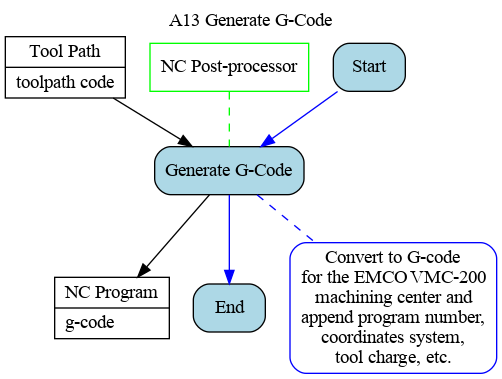
The Graphviz diagram Ontology_Layer/Behaviour_Model/03_A13.gv.png in ModelsforManufacturing/hole-flanging-by-SPIF-in-a-single-stage, before a commit. Its source is kept beside it as Ontology_Layer/Behaviour_Model/03_A13.gv. The source it was exported from:
```dot
digraph behaviourmodel {

labelloc="t"
label="A13 Generate G-Code"

node [shape=record, style=filled, fillcolor=white, color=black]
path [label="{Tool Path|toolpath code\l}"];
prog [label="{NC Program|g-code\l}"];

node [shape=box, style=filled, fillcolor=white, color=green]
m1 [label="NC Post-processor"]

node [shape=box, style="filled, rounded", fillcolor=lightblue, color=black]
Start
t1 [label="Generate G-Code"]
End

node [shape=box, style="filled, rounded", fillcolor=white, color=blue]
r1 [label="Convert to G-code\nfor the EMCO VMC-200\nmachining center and\nappend program number,\ncoordinates system,\ntool charge, etc."]

edge [dir=none, color=blue, style=dashed]
t1 -> r1

edge [dir=forward, color=blue, fontcolor=blue, style=solid]
Start -> t1 -> End

edge [dir=none, color=green, style=dashed]
m1 -> t1

edge [dir=forward, color=black, fontcolor=black, style=solid]
path -> t1
t1 -> prog

node [shape=ellipse, style=filled, fillcolor=white, color=red]

edge [dir=none, color=red, style=dashed]

}
```
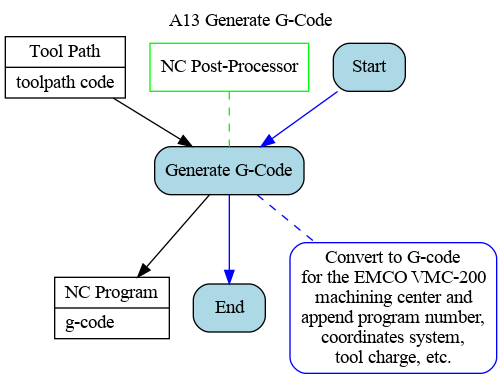
The same file after the commit.

The edit, as a diff of the source:
```diff
@@ -8,7 +8,7 @@
 prog [label="{NC Program|g-code\l}"];
 
 node [shape=box, style=filled, fillcolor=white, color=green]
-m1 [label="NC Post-processor"]
+m1 [label="NC Post-Processor"]
 
 node [shape=box, style="filled, rounded", fillcolor=lightblue, color=black]
 Start
```
